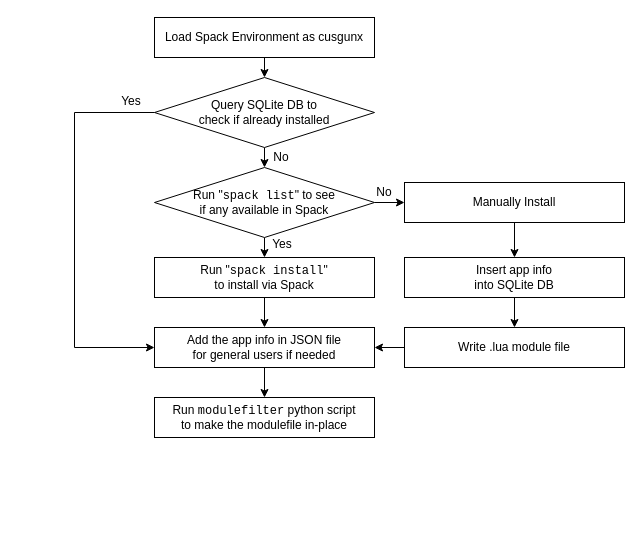
Above: figures/draw.io/spack_h2_hybrid_flow.drawio in huqy/hybrid-spack-manual-software-management (draw.io), before the change. Source tidied: cells renumbered, new cells numbered last; positions are measured from the earlier drawing's top-left corner, leaving out a move shared by most shapes. Both pictures are drawn from the tidied source at 100%, with x=0, y=0 at pixel (74, 17).
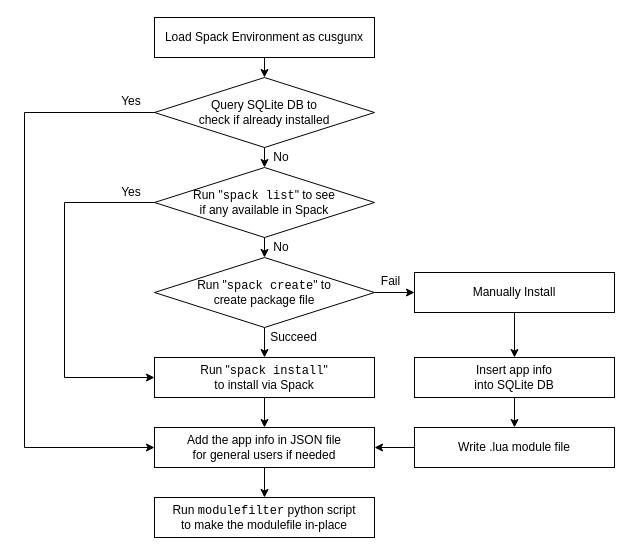
The same diagram, later.

The change refers to these unchanged cells:
```xml
<mxCell id="8" value="&lt;span style=&quot;white-space: normal&quot;&gt;Query SQLite DB to&lt;br&gt;check&amp;nbsp;&lt;/span&gt;&lt;span style=&quot;white-space: normal&quot;&gt;if already installed&lt;/span&gt;" style="rhombus;whiteSpace=wrap;html=1;" parent="1" vertex="1">
  <mxGeometry x="80" y="60" width="220" height="70" as="geometry" />
</mxCell>
<mxCell id="11" value="Run &quot;&lt;font face=&quot;Courier New&quot;&gt;spack list&lt;/font&gt;&quot; to see&lt;br&gt;if any available in Spack" style="rhombus;whiteSpace=wrap;html=1;" parent="1" vertex="1">
  <mxGeometry x="80" y="150" width="220" height="70" as="geometry" />
</mxCell>
```

What changed in the source:
```diff
@@
     <mxCell id="5" value="Add the app info in JSON file&lt;br&gt;for general users if needed" style="rounded=0;whiteSpace=wrap;html=1;" parent="1" vertex="1">
-      <mxGeometry x="80" y="310" width="220" height="40" as="geometry" />
+      <mxGeometry x="80" y="410" width="220" height="40" as="geometry" />
     </mxCell>
@@
     <mxCell id="7" style="edgeStyle=orthogonalEdgeStyle;rounded=0;jettySize=auto;html=1;exitX=0;exitY=0.5;exitDx=0;exitDy=0;entryX=0;entryY=0.5;entryDx=0;entryDy=0;" parent="1" edge="1" source="8" target="5">
       <mxGeometry relative="1" as="geometry">
         <Array as="points">
-          <mxPoint y="95" />
-          <mxPoint y="330" />
+          <mxPoint x="-50" y="95" />
+          <mxPoint x="-50" y="430" />
         </Array>
       </mxGeometry>
     </mxCell>
@@
-    <mxCell id="9" style="edgeStyle=orthogonalEdgeStyle;rounded=0;jettySize=auto;html=1;exitX=1;exitY=0.5;exitDx=0;exitDy=0;entryX=0;entryY=0.5;entryDx=0;entryDy=0;" parent="1" edge="1" source="11" target="15">
-      <mxGeometry relative="1" as="geometry" />
-    </mxCell>
-    <mxCell id="10" style="edgeStyle=orthogonalEdgeStyle;rounded=0;jettySize=auto;html=1;exitX=0.5;exitY=1;exitDx=0;exitDy=0;entryX=0.5;entryY=0;entryDx=0;entryDy=0;" parent="1" edge="1" source="11" target="13">
+    <mxCell id="10" style="edgeStyle=orthogonalEdgeStyle;rounded=0;jettySize=auto;html=1;exitX=0.5;exitY=1;exitDx=0;exitDy=0;entryX=0.5;entryY=0;entryDx=0;entryDy=0;" parent="1" edge="1" source="28" target="13">
       <mxGeometry relative="1" as="geometry" />
     </mxCell>
+    <mxCell id="25" style="edgeStyle=orthogonalEdgeStyle;rounded=0;jettySize=auto;html=1;exitX=0;exitY=0.5;exitDx=0;exitDy=0;entryX=0;entryY=0.5;entryDx=0;entryDy=0;" parent="1" edge="1" source="11" target="13">
+      <mxGeometry relative="1" as="geometry">
+        <Array as="points">
+          <mxPoint x="-10" y="185" />
+          <mxPoint x="-10" y="360" />
+        </Array>
+      </mxGeometry>
+    </mxCell>
@@
     <mxCell id="13" value="Run &quot;&lt;font face=&quot;Courier New&quot;&gt;spack install&lt;/font&gt;&quot; &lt;br&gt;to install via Spack" style="rounded=0;whiteSpace=wrap;html=1;" parent="1" vertex="1">
-      <mxGeometry x="80" y="240" width="220" height="40" as="geometry" />
+      <mxGeometry x="80" y="340" width="220" height="40" as="geometry" />
     </mxCell>
@@
     <mxCell id="15" value="Manually Install" style="rounded=0;whiteSpace=wrap;html=1;" parent="1" vertex="1">
-      <mxGeometry x="330" y="165" width="220" height="40" as="geometry" />
+      <mxGeometry x="340" y="255" width="200" height="40" as="geometry" />
     </mxCell>
@@
     <mxCell id="17" value="Insert app info &lt;br&gt;into SQLite DB" style="rounded=0;whiteSpace=wrap;html=1;" parent="1" vertex="1">
-      <mxGeometry x="330" y="240" width="220" height="40" as="geometry" />
+      <mxGeometry x="340" y="340" width="200" height="40" as="geometry" />
     </mxCell>
@@
     <mxCell id="19" value="Write .lua module file" style="rounded=0;whiteSpace=wrap;html=1;" parent="1" vertex="1">
-      <mxGeometry x="330" y="310" width="220" height="40" as="geometry" />
+      <mxGeometry x="340" y="410" width="200" height="40" as="geometry" />
     </mxCell>
     <mxCell id="20" value="Run &lt;font face=&quot;Courier New&quot;&gt;modulefilter&lt;/font&gt; python script&lt;br&gt;to make the modulefile in-place" style="rounded=0;whiteSpace=wrap;html=1;" parent="1" vertex="1">
-      <mxGeometry x="80" y="380" width="220" height="40" as="geometry" />
+      <mxGeometry x="80" y="480" width="220" height="40" as="geometry" />
     </mxCell>
@@
+    <mxCell id="26" style="edgeStyle=orthogonalEdgeStyle;rounded=0;jettySize=auto;html=1;entryX=0.5;entryY=0;entryDx=0;entryDy=0;" parent="1" edge="1" target="28">
+      <mxGeometry relative="1" as="geometry">
+        <mxPoint x="190" y="220" as="sourcePoint" />
+      </mxGeometry>
+    </mxCell>
-    <mxCell id="23" value="Yes" style="text;html=1;strokeColor=none;fillColor=none;align=center;verticalAlign=middle;whiteSpace=wrap;rounded=0;" parent="1" vertex="1">
-      <mxGeometry x="188" y="217" width="40" height="20" as="geometry" />
+    <mxCell id="23" value="Succeed" style="text;html=1;strokeColor=none;fillColor=none;align=center;verticalAlign=middle;whiteSpace=wrap;rounded=0;" parent="1" vertex="1">
+      <mxGeometry x="193" y="310" width="53" height="20" as="geometry" />
     </mxCell>
     <mxCell id="24" value="No" style="text;html=1;strokeColor=none;fillColor=none;align=center;verticalAlign=middle;whiteSpace=wrap;rounded=0;" parent="1" vertex="1">
-      <mxGeometry x="290" y="165" width="40" height="20" as="geometry" />
+      <mxGeometry x="187" y="220" width="40" height="20" as="geometry" />
     </mxCell>
+    <mxCell id="27" style="edgeStyle=orthogonalEdgeStyle;rounded=0;jettySize=auto;html=1;exitX=1;exitY=0.5;exitDx=0;exitDy=0;entryX=0;entryY=0.5;entryDx=0;entryDy=0;" parent="1" edge="1" source="28" target="15">
+      <mxGeometry relative="1" as="geometry" />
+    </mxCell>
+    <mxCell id="28" value="Run &quot;&lt;font face=&quot;Courier New&quot;&gt;spack create&lt;/font&gt;&quot; to&lt;br&gt;create package file" style="rhombus;whiteSpace=wrap;html=1;" parent="1" vertex="1">
+      <mxGeometry x="80" y="240" width="220" height="70" as="geometry" />
+    </mxCell>
+    <mxCell id="29" value="Yes" style="text;html=1;strokeColor=none;fillColor=none;align=center;verticalAlign=middle;whiteSpace=wrap;rounded=0;" parent="1" vertex="1">
+      <mxGeometry x="37" y="165" width="40" height="20" as="geometry" />
+    </mxCell>
+    <mxCell id="30" value="Fail" style="text;html=1;strokeColor=none;fillColor=none;align=center;verticalAlign=middle;whiteSpace=wrap;rounded=0;" parent="1" vertex="1">
+      <mxGeometry x="290" y="254" width="53" height="20" as="geometry" />
+    </mxCell>
```
